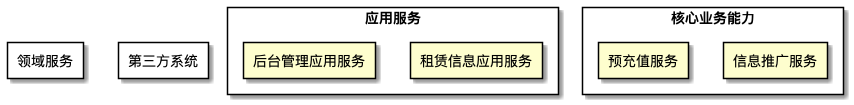
Above: diagrams/hello_world_inter_process_diagram.png in behring/8x-flow-diagram (PlantUML), before the change.
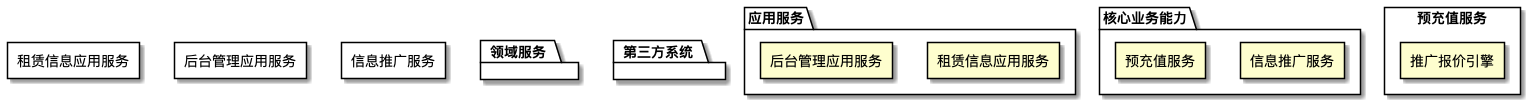
The same file after the commit.

What changed in the source:
```diff
@@ -1,20 +1,46 @@
 @startuml
 skinparam componentStyle rectangle
-        rectangle <color:black>应用服务</color> {
-rectangle 租赁信息应用服务
+skinparam rectangleFontColor black
+        package <color:black>应用服务</color> {
+   rectangle 租赁信息应用服务
 rectangle 租赁信息应用服务
 rectangle 后台管理应用服务
+
+}
+rectangle <color:black>租赁信息应用服务</color> {
+
 }
 
-rectangle <color:black>核心业务能力</color> {
-rectangle 信息推广服务
-rectangle 预充值服务
+rectangle <color:black>租赁信息应用服务</color> {
+
 }
 
-rectangle <color:black>领域服务</color> {
+rectangle <color:black>后台管理应用服务</color> {
+
 }
 
-rectangle <color:black>第三方系统</color> {
+
+package <color:black>核心业务能力</color> {
+   rectangle 信息推广服务
+rectangle 预充值服务
+
+}
+rectangle <color:black>信息推广服务</color> {
+
+}
+
+rectangle <color:black>预充值服务</color> {
+   rectangle 推广报价引擎
+
+}
+
+
+package <color:black>领域服务</color> {
+
+}
+
+package <color:black>第三方系统</color> {
+
 }
 
 
```
